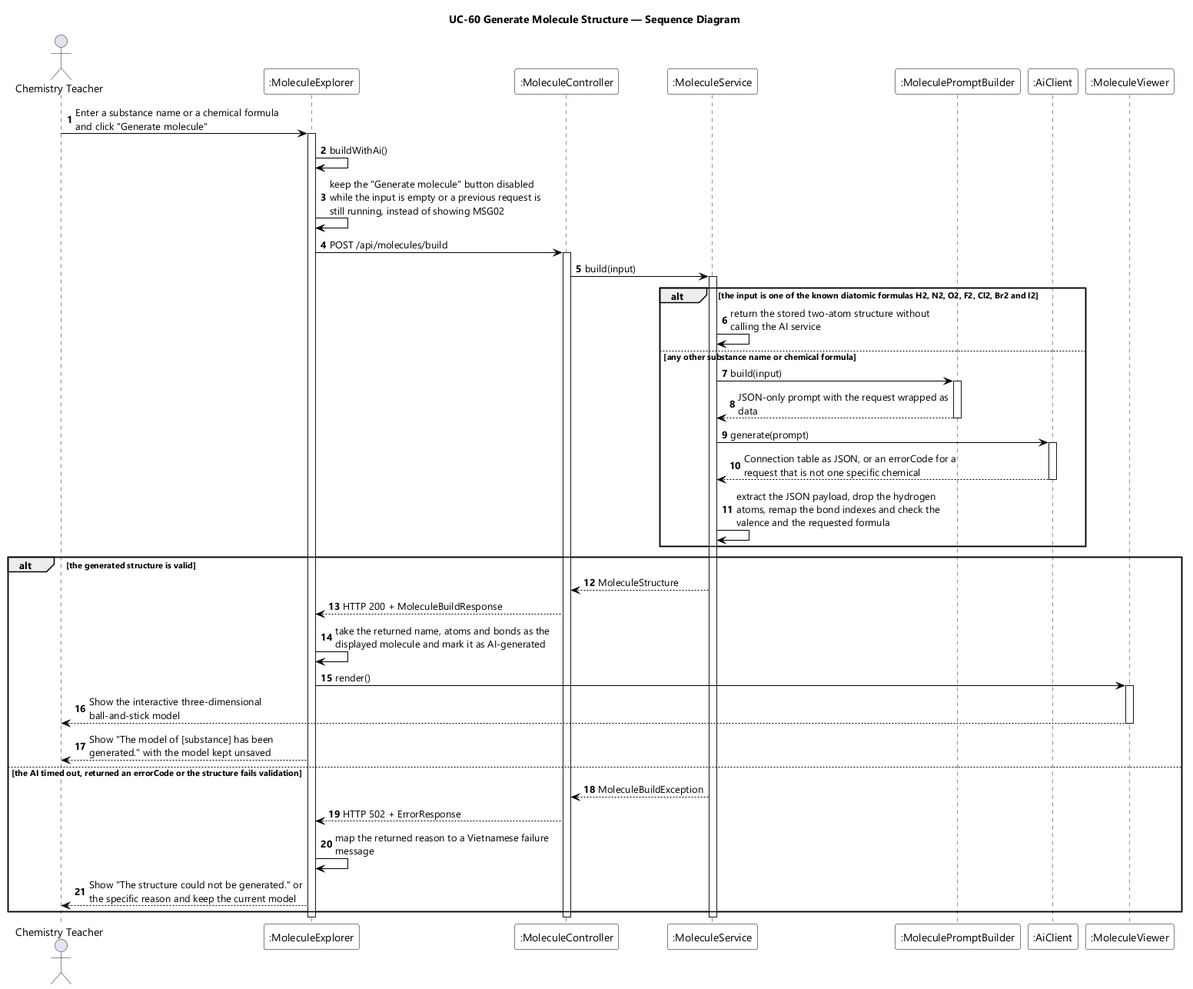
Earlier version of the PlantUML export designs/sds-diagrams/uc60/uc60-sequence-diagram.png (EduA-system/EduA-system). Source of this version:
```plantuml
@startuml UC-60 Generate Molecule Structure - Sequence Diagram
skinparamlocked dpi 96
skinparam defaultFontName "Segoe UI"
skinparam shadowing false
skinparam ParticipantBackgroundColor #FFFFFF
skinparam ParticipantBorderColor #000000
skinparam ArrowColor #000000
skinparam sequenceMessageAlign left
skinparam maxMessageSize 280
title UC-60 Generate Molecule Structure — Sequence Diagram

actor "Chemistry Teacher" as Teacher
participant ":MoleculeExplorer" as EXP
participant ":MoleculeController" as CTL
participant ":MoleculeService" as SVC
participant ":MoleculePromptBuilder" as PB
participant ":AiClient" as AI
participant ":MoleculeViewer" as VIEW

autonumber
Teacher -> EXP : Enter a substance name or a chemical formula and click "Generate molecule"
activate EXP
EXP -> EXP : buildWithAi()
EXP -> EXP : keep the "Generate molecule" button disabled while the input is empty or a previous request is still running, instead of showing MSG02
EXP -> CTL : POST /api/molecules/build
activate CTL
CTL -> SVC : build(input)
activate SVC

alt the input is one of the known diatomic formulas H2, N2, O2, F2, Cl2, Br2 and I2
  SVC -> SVC : return the stored two-atom structure without calling the AI service
else any other substance name or chemical formula
  SVC -> PB : build(input)
  activate PB
  PB --> SVC : JSON-only prompt with the request wrapped as data
  deactivate PB
  SVC -> AI : generate(prompt)
  activate AI
  AI --> SVC : Connection table as JSON, or an errorCode for a request that is not one specific chemical
  deactivate AI
  SVC -> SVC : extract the JSON payload, drop the hydrogen atoms, remap the bond indexes and check the valence and the requested formula
end

alt the generated structure is valid
  SVC --> CTL : MoleculeStructure
  CTL --> EXP : HTTP 200 + MoleculeBuildResponse
  EXP -> EXP : take the returned name, atoms and bonds as the displayed molecule and mark it as AI-generated
  EXP -> VIEW : render()
  activate VIEW
  VIEW --> Teacher : Show the interactive three-dimensional ball-and-stick model
  deactivate VIEW
  EXP --> Teacher : Show "The model of [substance] has been generated." with the model kept unsaved
else the AI timed out, returned an errorCode or the structure fails validation
  SVC --> CTL : MoleculeBuildException
  CTL --> EXP : HTTP 502 + ErrorResponse
  EXP -> EXP : map the returned reason to a Vietnamese failure message
  EXP --> Teacher : Show "The structure could not be generated." or the specific reason and keep the current model
end
deactivate SVC
deactivate CTL
deactivate EXP
@enduml
```
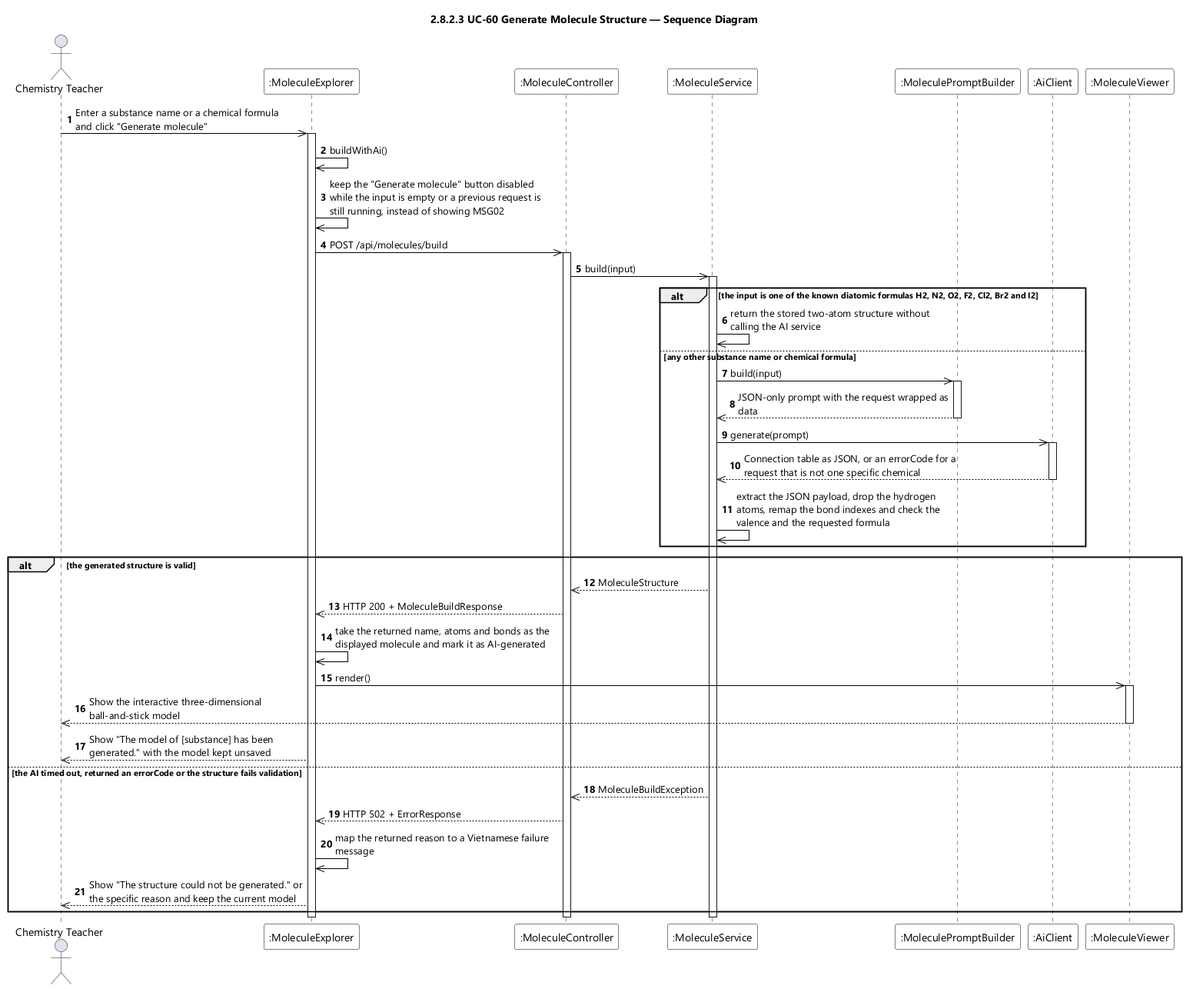
The same diagram one commit later.

Change to the diagram source:
```diff
@@ -7,7 +7,7 @@
 skinparam ArrowColor #000000
 skinparam sequenceMessageAlign left
 skinparam maxMessageSize 280
-title UC-60 Generate Molecule Structure — Sequence Diagram
+title 2.8.2.3 UC-60 Generate Molecule Structure — Sequence Diagram
 
 actor "Chemistry Teacher" as Teacher
 participant ":MoleculeExplorer" as EXP
@@ -18,43 +18,43 @@
 participant ":MoleculeViewer" as VIEW
 
 autonumber
-Teacher -> EXP : Enter a substance name or a chemical formula and click "Generate molecule"
+Teacher ->> EXP : Enter a substance name or a chemical formula and click "Generate molecule"
 activate EXP
-EXP -> EXP : buildWithAi()
-EXP -> EXP : keep the "Generate molecule" button disabled while the input is empty or a previous request is still running, instead of showing MSG02
-EXP -> CTL : POST /api/molecules/build
+EXP ->> EXP : buildWithAi()
+EXP ->> EXP : keep the "Generate molecule" button disabled while the input is empty or a previous request is still running, instead of showing MSG02
+EXP ->> CTL : POST /api/molecules/build
 activate CTL
-CTL -> SVC : build(input)
+CTL ->> SVC : build(input)
 activate SVC
 
 alt the input is one of the known diatomic formulas H2, N2, O2, F2, Cl2, Br2 and I2
-  SVC -> SVC : return the stored two-atom structure without calling the AI service
+  SVC ->> SVC : return the stored two-atom structure without calling the AI service
 else any other substance name or chemical formula
-  SVC -> PB : build(input)
+  SVC ->> PB : build(input)
   activate PB
-  PB --> SVC : JSON-only prompt with the request wrapped as data
+  PB -->> SVC : JSON-only prompt with the request wrapped as data
   deactivate PB
-  SVC -> AI : generate(prompt)
+  SVC ->> AI : generate(prompt)
   activate AI
-  AI --> SVC : Connection table as JSON, or an errorCode for a request that is not one specific chemical
+  AI -->> SVC : Connection table as JSON, or an errorCode for a request that is not one specific chemical
   deactivate AI
-  SVC -> SVC : extract the JSON payload, drop the hydrogen atoms, remap the bond indexes and check the valence and the requested formula
+  SVC ->> SVC : extract the JSON payload, drop the hydrogen atoms, remap the bond indexes and check the valence and the requested formula
 end
 
 alt the generated structure is valid
-  SVC --> CTL : MoleculeStructure
-  CTL --> EXP : HTTP 200 + MoleculeBuildResponse
-  EXP -> EXP : take the returned name, atoms and bonds as the displayed molecule and mark it as AI-generated
-  EXP -> VIEW : render()
+  SVC -->> CTL : MoleculeStructure
+  CTL -->> EXP : HTTP 200 + MoleculeBuildResponse
+  EXP ->> EXP : take the returned name, atoms and bonds as the displayed molecule and mark it as AI-generated
+  EXP ->> VIEW : render()
   activate VIEW
-  VIEW --> Teacher : Show the interactive three-dimensional ball-and-stick model
+  VIEW -->> Teacher : Show the interactive three-dimensional ball-and-stick model
   deactivate VIEW
-  EXP --> Teacher : Show "The model of [substance] has been generated." with the model kept unsaved
+  EXP -->> Teacher : Show "The model of [substance] has been generated." with the model kept unsaved
 else the AI timed out, returned an errorCode or the structure fails validation
-  SVC --> CTL : MoleculeBuildException
-  CTL --> EXP : HTTP 502 + ErrorResponse
-  EXP -> EXP : map the returned reason to a Vietnamese failure message
-  EXP --> Teacher : Show "The structure could not be generated." or the specific reason and keep the current model
+  SVC -->> CTL : MoleculeBuildException
+  CTL -->> EXP : HTTP 502 + ErrorResponse
+  EXP ->> EXP : map the returned reason to a Vietnamese failure message
+  EXP -->> Teacher : Show "The structure could not be generated." or the specific reason and keep the current model
 end
 deactivate SVC
 deactivate CTL
```
